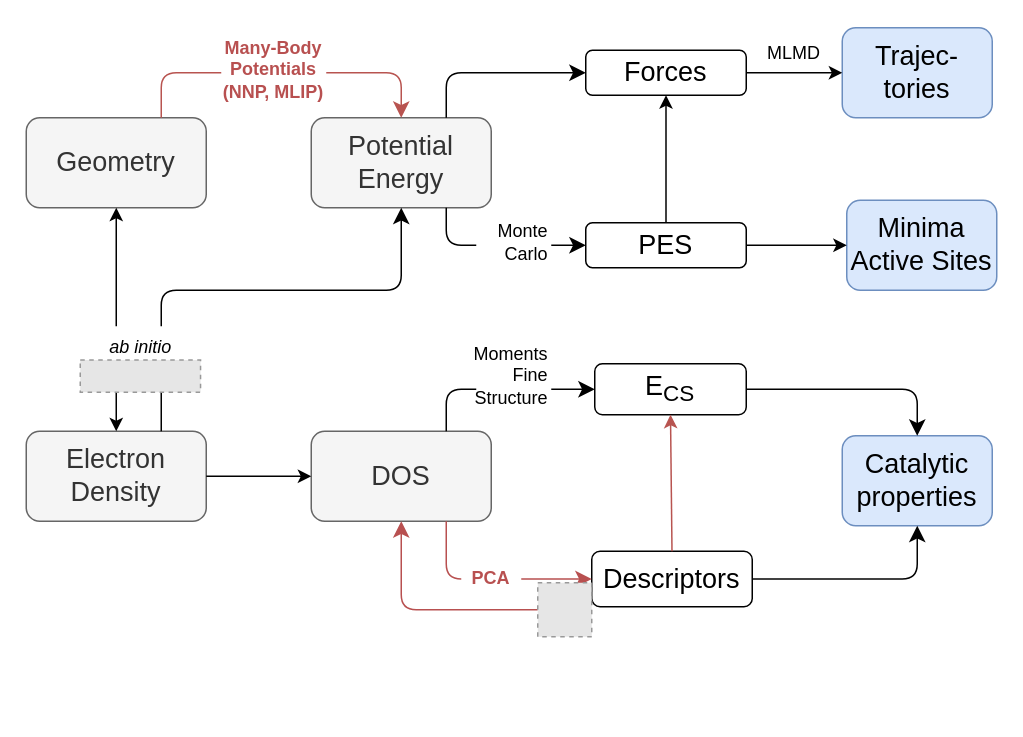
Before: MLCtalysis.drawio in kay-squared/PyTorchLearn, a draw.io diagram. Source tidied: cells renumbered, new cells numbered last; positions are measured from the earlier drawing's top-left corner, leaving out a move shared by most shapes. Both pictures are drawn from the tidied source at 150%, with x=0, y=0 at pixel (26, 27). Pictures stored in the file or linked from it are replaced by grey dashed boxes.
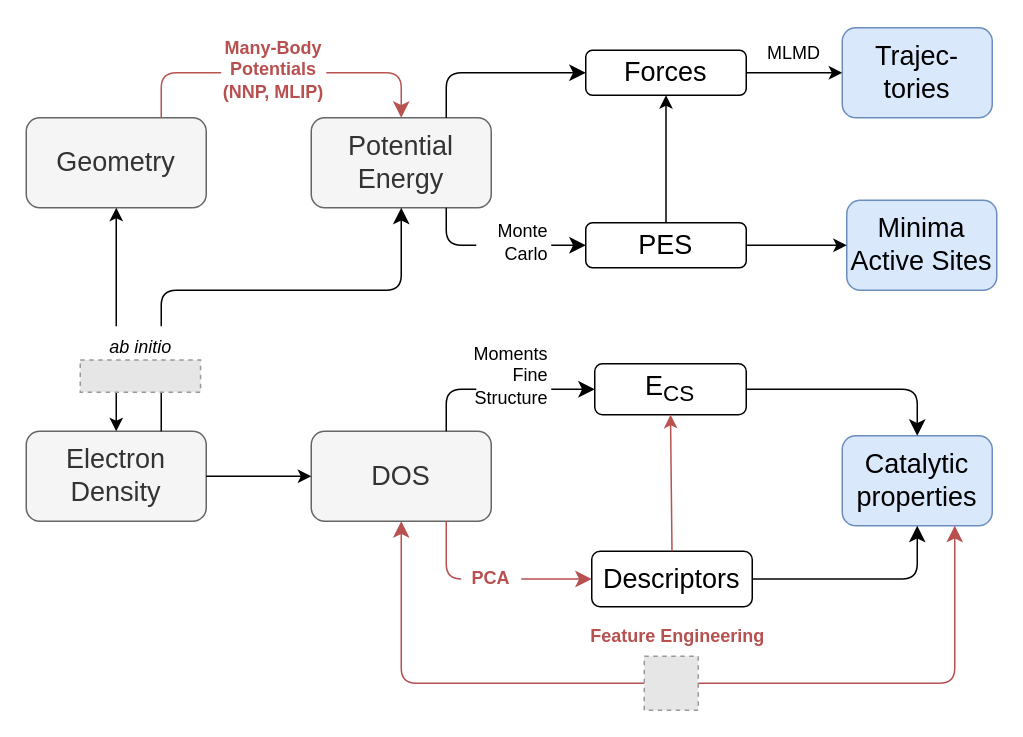
The same page after the edit.

The change refers to these unchanged cells:
```xml
<mxCell id="18" value="Catalytic properties" style="rounded=1;whiteSpace=wrap;html=1;fontFamily=Rubik light;fontSize=18;fillColor=#dae8fc;strokeColor=#6c8ebf;" parent="1" vertex="1">
  <mxGeometry x="544" y="272" width="100" height="60" as="geometry" />
</mxCell>
```

What changed in the source:
```diff
@@
     <mxCell id="33" style="fillColor=#E6E6E6;strokeColor=#999999;dashed=1;verticalLabelPosition=bottom;labelBackgroundColor=default;verticalAlign=top;" parent="1" vertex="1">
-      <mxGeometry x="341" y="370" width="36" height="36" as="geometry" />
+      <mxGeometry x="412" y="419" width="36" height="36" as="geometry" />
     </mxCell>
@@
+    <mxCell id="36" style="edgeStyle=elbowEdgeStyle;elbow=horizontal;endArrow=classic;html=1;rounded=1;endSize=8;startSize=8;strokeColor=#b85050;entryX=0.75;entryY=1;entryDx=0;entryDy=0;exitX=1;exitY=0.5;exitDx=0;exitDy=0;" parent="1" edge="1" source="33" target="18">
+      <mxGeometry relative="1" as="geometry">
+        <Array as="points">
+          <mxPoint x="619" y="369" />
+        </Array>
+      </mxGeometry>
+    </mxCell>
+    <mxCell id="37" value="Feature Engineering" style="text;html=1;strokeColor=none;fillColor=#FFFFFF;align=center;verticalAlign=middle;whiteSpace=wrap;rounded=0;fontFamily=Rubik light;fontColor=#b85050;fontStyle=1;" parent="1" vertex="1">
+      <mxGeometry x="369.5" y="396" width="129" height="20" as="geometry" />
+    </mxCell>
```
